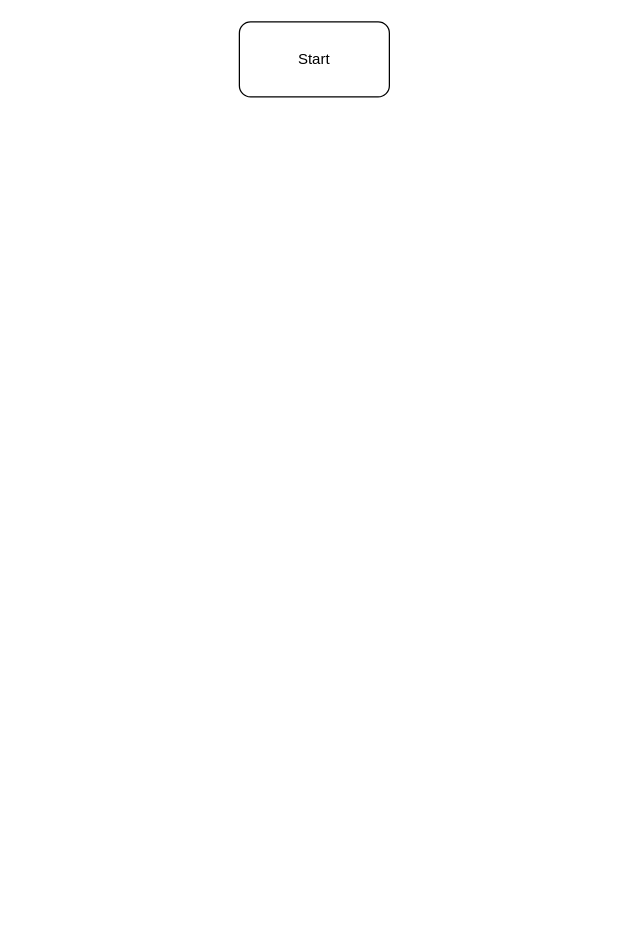
Before: Untitled Diagram.drawio in TheUdon/TheUdon, a draw.io diagram. Source tidied: cells renumbered, new cells numbered last; positions are measured from the earlier drawing's top-left corner, leaving out a move shared by most shapes. Both pictures are drawn from the tidied source at 125%, with x=0, y=0 at pixel (239, 21).
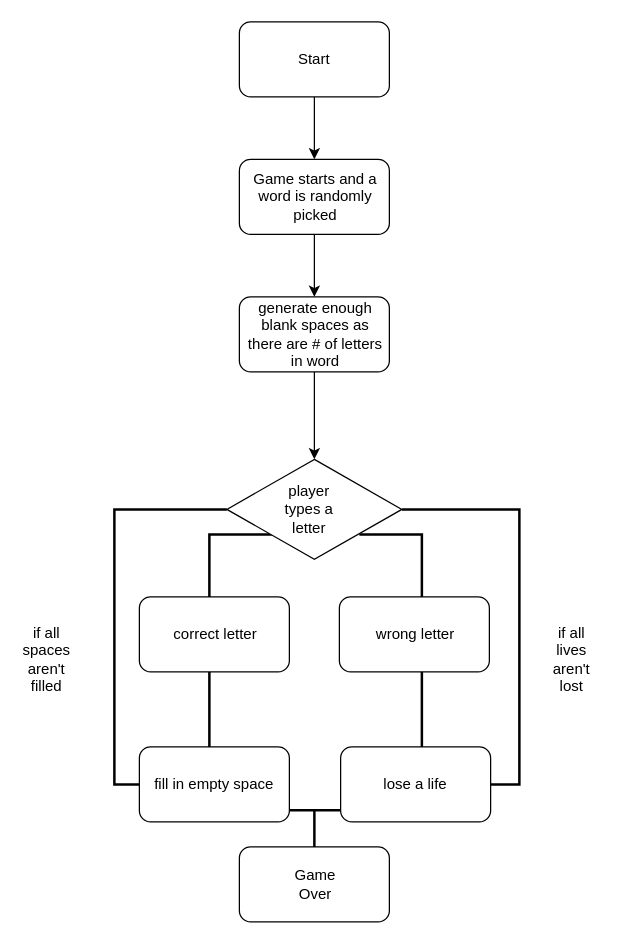
After the change.

Commit message:
finished flow chart

Unchanged cells that the change refers to:
```xml
<mxCell id="2" style="rounded=1;whiteSpace=wrap;html=1;" parent="1" vertex="1">
  <mxGeometry width="120" height="60" as="geometry" />
</mxCell>
```

Diff of the diagram source:
```diff
@@
+    <mxCell id="4" style="strokeWidth=2;html=1;shape=mxgraph.flowchart.annotation_2;align=left;labelPosition=right;rotation=-90;" parent="1" vertex="1">
+      <mxGeometry x="26.6" y="580.6" width="66.8" height="100" as="geometry" />
+    </mxCell>
+    <mxCell id="5" style="strokeWidth=2;html=1;shape=mxgraph.flowchart.annotation_1;align=left;rotation=-180;" parent="1" vertex="1">
+      <mxGeometry x="96" y="410" width="50" height="190" as="geometry" />
+    </mxCell>
+    <mxCell id="6" style="strokeWidth=2;html=1;shape=mxgraph.flowchart.annotation_1;align=left;" parent="1" vertex="1">
+      <mxGeometry x="-24" y="410" width="50" height="200" as="geometry" />
+    </mxCell>
@@
+    <mxCell id="7" style="rounded=1;whiteSpace=wrap;html=1;" parent="1" vertex="1">
+      <mxGeometry y="110" width="120" height="60" as="geometry" />
+    </mxCell>
+    <mxCell id="8" style="endArrow=classic;html=1;exitX=0.5;exitY=1;exitDx=0;exitDy=0;" parent="1" edge="1" source="2">
+      <mxGeometry relative="1" as="geometry">
+        <mxPoint x="60" y="110" as="targetPoint" />
+      </mxGeometry>
+    </mxCell>
+    <mxCell id="9" value="Game starts and a word is randomly picked" style="text;html=1;strokeColor=none;fillColor=none;align=center;verticalAlign=middle;whiteSpace=wrap;rounded=0;" parent="1" vertex="1">
+      <mxGeometry x="6" y="120" width="110" height="40" as="geometry" />
+    </mxCell>
+    <mxCell id="10" style="endArrow=classic;html=1;exitX=0.5;exitY=1;exitDx=0;exitDy=0;" parent="1" edge="1" source="7">
+      <mxGeometry relative="1" as="geometry">
+        <mxPoint x="60" y="220" as="targetPoint" />
+      </mxGeometry>
+    </mxCell>
+    <mxCell id="11" style="rounded=1;whiteSpace=wrap;html=1;" parent="1" vertex="1">
+      <mxGeometry y="220" width="120" height="60" as="geometry" />
+    </mxCell>
+    <mxCell id="12" value="generate enough blank spaces as there are # of letters in word" style="text;html=1;strokeColor=none;fillColor=none;align=center;verticalAlign=middle;whiteSpace=wrap;rounded=0;" parent="1" vertex="1">
+      <mxGeometry x="6" y="230" width="110" height="40" as="geometry" />
+    </mxCell>
+    <mxCell id="13" style="rhombus;whiteSpace=wrap;html=1;" parent="1" vertex="1">
+      <mxGeometry x="-10" y="350" width="140" height="80" as="geometry" />
+    </mxCell>
+    <mxCell id="14" style="endArrow=classic;html=1;entryX=0.5;entryY=0;entryDx=0;entryDy=0;exitX=0.5;exitY=1;exitDx=0;exitDy=0;" parent="1" edge="1" source="11" target="13">
+      <mxGeometry relative="1" as="geometry" />
+    </mxCell>
+    <mxCell id="15" value="player types a letter" style="text;html=1;strokeColor=none;fillColor=none;align=center;verticalAlign=middle;whiteSpace=wrap;rounded=0;" parent="1" vertex="1">
+      <mxGeometry x="26" y="370" width="60" height="40" as="geometry" />
+    </mxCell>
+    <mxCell id="16" style="rounded=1;whiteSpace=wrap;html=1;" parent="1" vertex="1">
+      <mxGeometry y="660" width="120" height="60" as="geometry" />
+    </mxCell>
+    <mxCell id="17" value="Game Over" style="text;html=1;strokeColor=none;fillColor=none;align=center;verticalAlign=middle;whiteSpace=wrap;rounded=0;" parent="1" vertex="1">
+      <mxGeometry x="41" y="680" width="40" height="20" as="geometry" />
+    </mxCell>
+    <mxCell id="18" style="rounded=1;whiteSpace=wrap;html=1;" parent="1" vertex="1">
+      <mxGeometry x="-80" y="460" width="120" height="60" as="geometry" />
+    </mxCell>
+    <mxCell id="19" style="rounded=1;whiteSpace=wrap;html=1;" parent="1" vertex="1">
+      <mxGeometry x="80" y="460" width="120" height="60" as="geometry" />
+    </mxCell>
+    <mxCell id="20" style="strokeWidth=2;html=1;shape=mxgraph.flowchart.annotation_1;align=left;" parent="1" vertex="1">
+      <mxGeometry x="-100" y="390" width="90" height="220" as="geometry" />
+    </mxCell>
+    <mxCell id="21" style="rounded=1;whiteSpace=wrap;html=1;" parent="1" vertex="1">
+      <mxGeometry x="-80" y="580" width="120" height="60" as="geometry" />
+    </mxCell>
+    <mxCell id="22" style="strokeWidth=2;html=1;shape=mxgraph.flowchart.annotation_1;align=left;rotation=-180;" parent="1" vertex="1">
+      <mxGeometry x="130" y="390" width="94" height="220" as="geometry" />
+    </mxCell>
+    <mxCell id="23" style="rounded=1;whiteSpace=wrap;html=1;" parent="1" vertex="1">
+      <mxGeometry x="81" y="580" width="120" height="60" as="geometry" />
+    </mxCell>
+    <mxCell id="24" value="correct letter" style="text;html=1;strokeColor=none;fillColor=none;align=center;verticalAlign=middle;whiteSpace=wrap;rounded=0;" parent="1" vertex="1">
+      <mxGeometry x="-74" y="460" width="110" height="60" as="geometry" />
+    </mxCell>
+    <mxCell id="25" value="wrong letter" style="text;html=1;strokeColor=none;fillColor=none;align=center;verticalAlign=middle;whiteSpace=wrap;rounded=0;" parent="1" vertex="1">
+      <mxGeometry x="86" y="460" width="110" height="60" as="geometry" />
+    </mxCell>
+    <mxCell id="26" value="lose a life" style="text;html=1;strokeColor=none;fillColor=none;align=center;verticalAlign=middle;whiteSpace=wrap;rounded=0;" parent="1" vertex="1">
+      <mxGeometry x="86" y="580" width="110" height="60" as="geometry" />
+    </mxCell>
+    <mxCell id="27" value="fill in empty space" style="text;html=1;strokeColor=none;fillColor=none;align=center;verticalAlign=middle;whiteSpace=wrap;rounded=0;" parent="1" vertex="1">
+      <mxGeometry x="-75" y="580" width="110" height="60" as="geometry" />
+    </mxCell>
+    <mxCell id="28" value="if all spaces aren't filled" style="text;html=1;strokeColor=none;fillColor=none;align=center;verticalAlign=middle;whiteSpace=wrap;rounded=0;" parent="1" vertex="1">
+      <mxGeometry x="-174" y="500" width="40" height="20" as="geometry" />
+    </mxCell>
+    <mxCell id="29" value="if all lives aren't lost" style="text;html=1;strokeColor=none;fillColor=none;align=center;verticalAlign=middle;whiteSpace=wrap;rounded=0;" parent="1" vertex="1">
+      <mxGeometry x="246" y="500" width="40" height="20" as="geometry" />
+    </mxCell>
```
